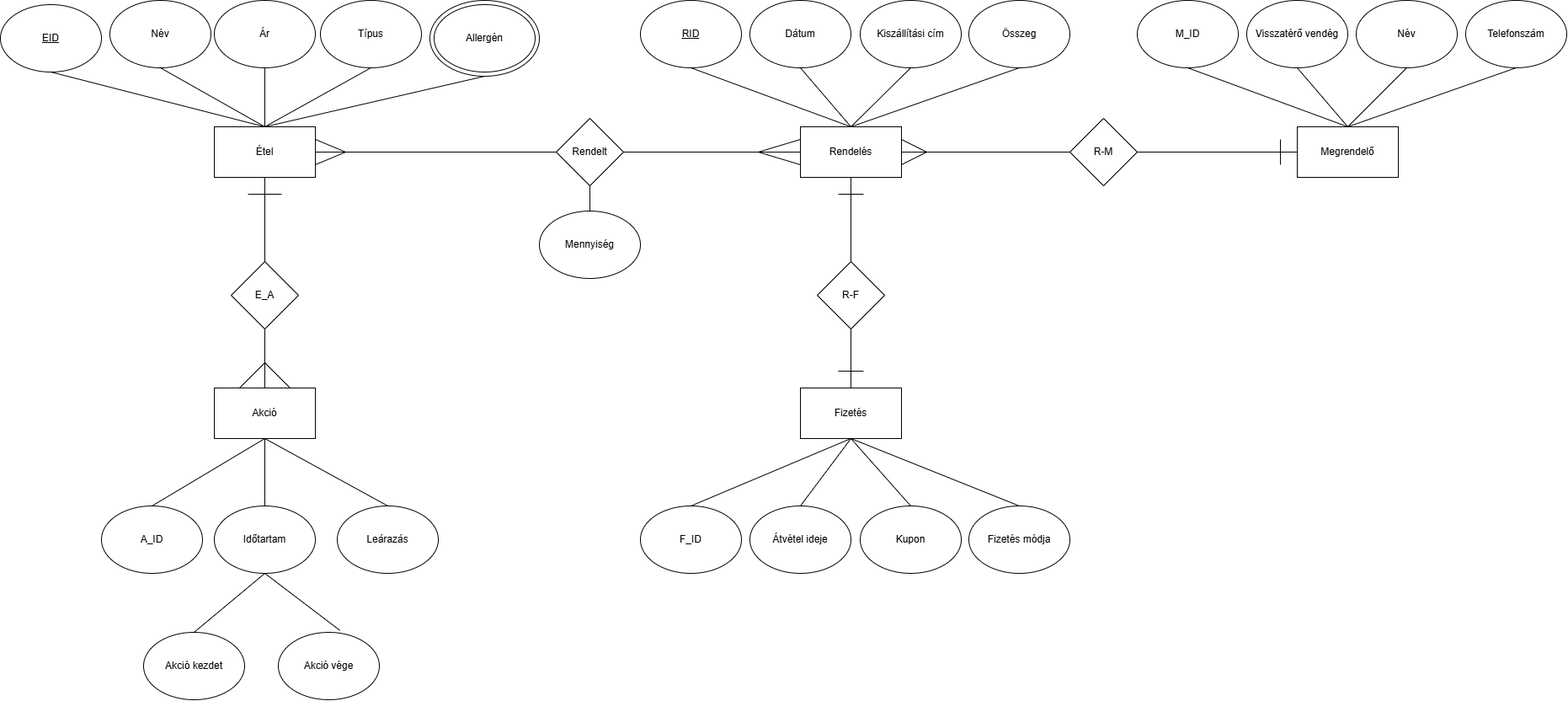
UriAlexandra/OE8BW9WebXML keeps this draw.io diagram as OE8BW9_XMLTask/OE8BW9_ER.drawio.png. Above is the earlier version. Source tidied: cells renumbered, new cells last; positions are measured from the earlier drawing's top-left corner, leaving out a move shared by most shapes.
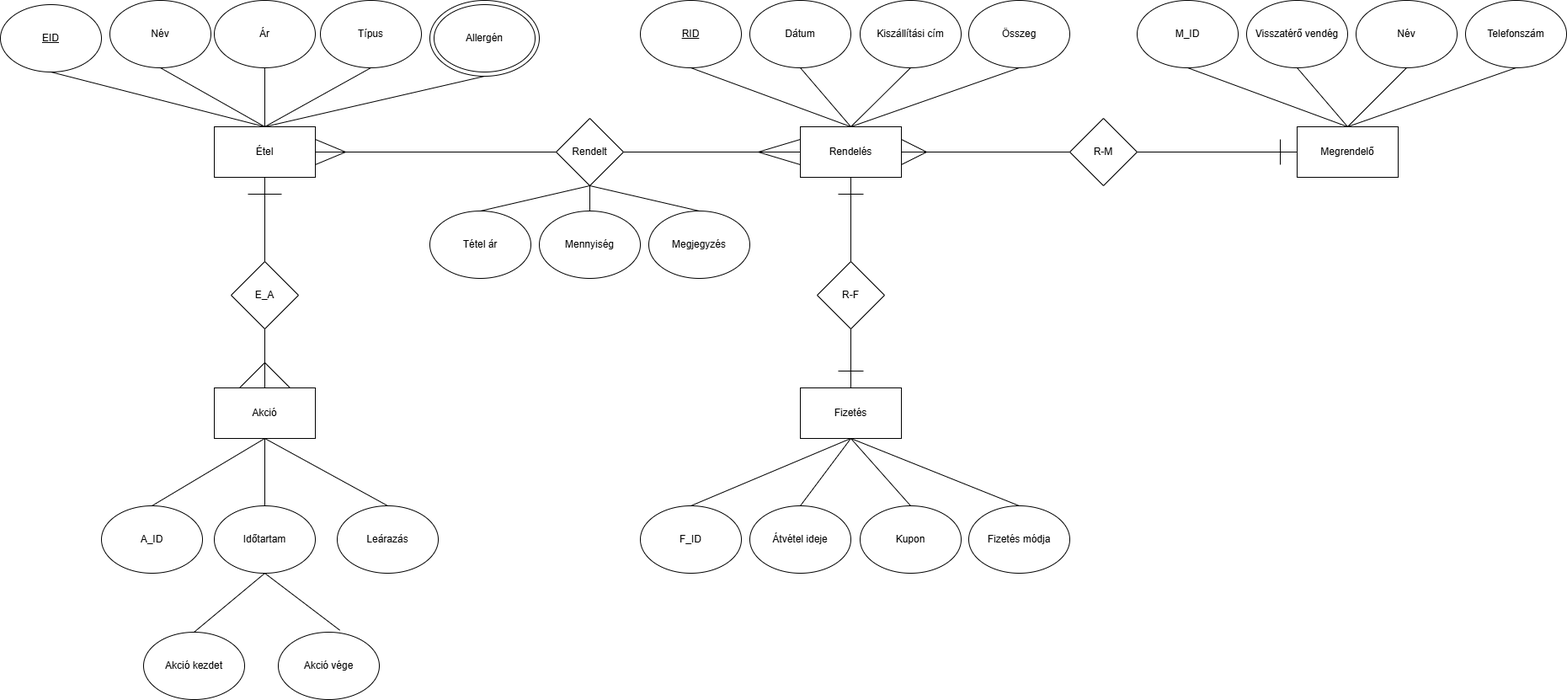
The same file after the commit.

Diff of the diagram source:
```diff
@@ -274,5 +274,17 @@
         <mxPoint x="1100" y="180" as="targetPoint" />
       </mxGeometry>
     </mxCell>
+    <mxCell id="82" value="Megjegyzés" style="ellipse;whiteSpace=wrap;html=1;" parent="1" vertex="1">
+      <mxGeometry x="770" y="250" width="120" height="80" as="geometry" />
+    </mxCell>
+    <mxCell id="83" value="Tétel ár" style="ellipse;whiteSpace=wrap;html=1;" parent="1" vertex="1">
+      <mxGeometry x="510" y="250" width="120" height="80" as="geometry" />
+    </mxCell>
+    <mxCell id="84" style="endArrow=none;html=1;rounded=0;entryX=0.5;entryY=0;entryDx=0;entryDy=0;exitX=0.5;exitY=1;exitDx=0;exitDy=0;" parent="1" edge="1" source="4" target="82">
+      <mxGeometry relative="1" as="geometry" />
+    </mxCell>
+    <mxCell id="85" style="endArrow=none;html=1;rounded=0;exitX=0.5;exitY=0;exitDx=0;exitDy=0;entryX=0.5;entryY=1;entryDx=0;entryDy=0;" parent="1" edge="1" source="83" target="4">
+      <mxGeometry relative="1" as="geometry" />
+    </mxCell>
   </root>
 </mxGraphModel>
```
